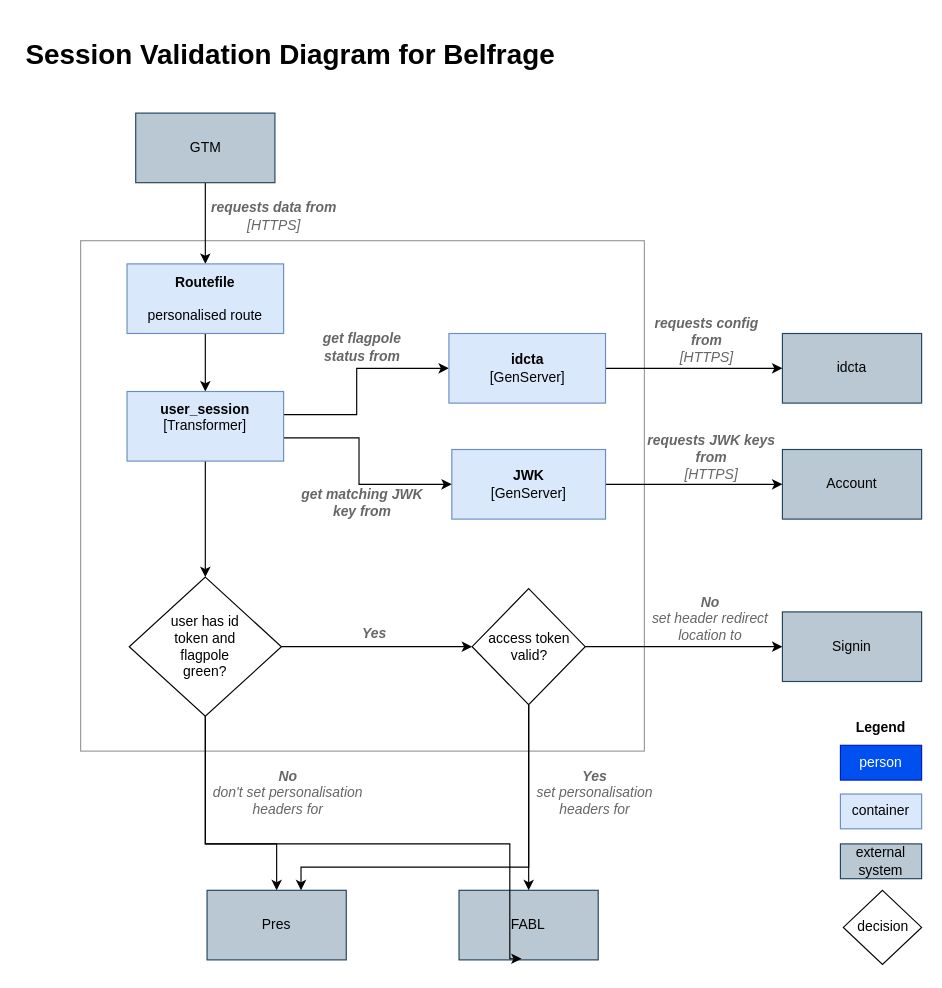
This is docs/source/session-validation.drawio from tracy-o/learning-day, a draw.io file, before an edit. Source tidied: cells renumbered, new cells numbered last; positions are measured from the earlier drawing's top-left corner, leaving out a move shared by most shapes. Both pictures are drawn from the tidied source at 116%, with x=0, y=0 at pixel (20, 31).
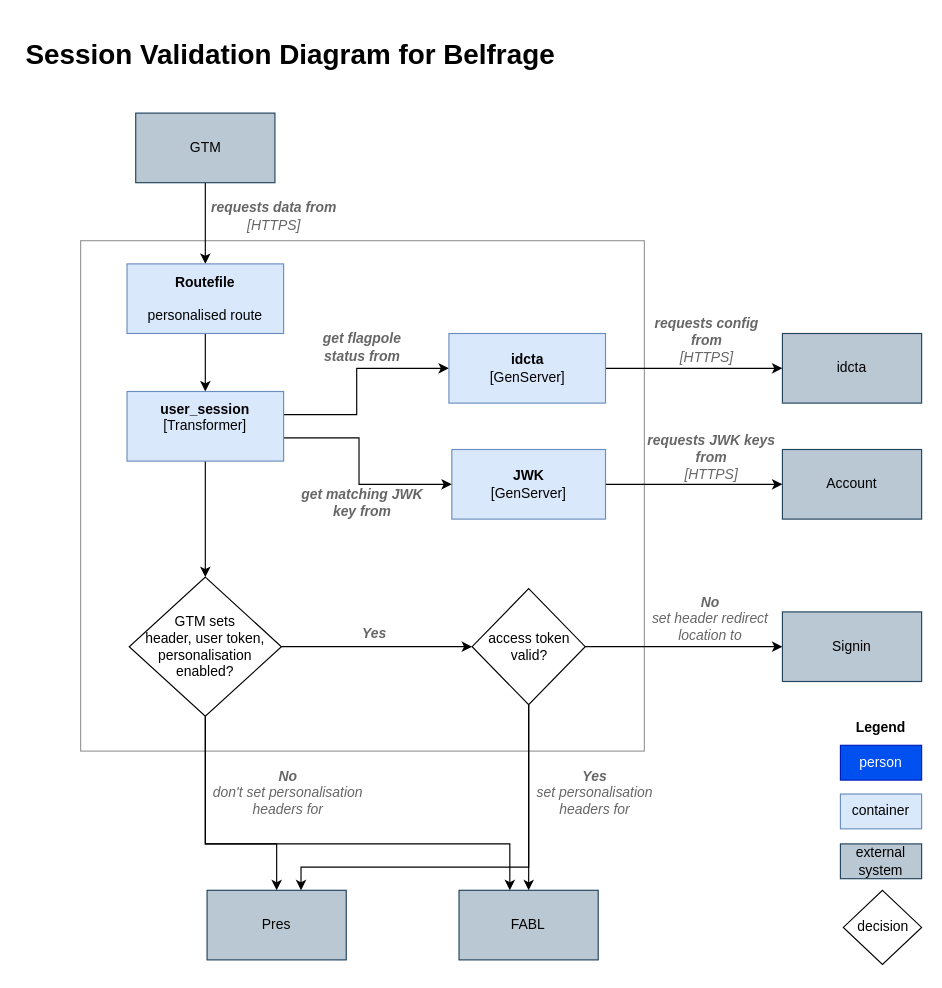
After the change.

Commit message (it also covers changes not shown here):
update personalisation / session validation architectural diagram

Unchanged cells that the change refers to:
```xml
<mxCell id="12" value="FABL" style="rounded=0;whiteSpace=wrap;html=1;fillColor=#bac8d3;strokeColor=#23445d;" parent="1" vertex="1">
  <mxGeometry x="378.2" y="740" width="120" height="60" as="geometry" />
</mxCell>
```

What changed in the source:
```diff
@@
-    <mxCell id="33" style="edgeStyle=orthogonalEdgeStyle;rounded=0;jettySize=auto;html=1;entryX=0.45;entryY=0.983;entryDx=0;entryDy=0;entryPerimeter=0;" parent="1" edge="1" source="34" target="12">
+    <mxCell id="33" style="edgeStyle=orthogonalEdgeStyle;rounded=0;jettySize=auto;html=1;" parent="1" edge="1" source="34" target="12">
       <mxGeometry relative="1" as="geometry">
         <Array as="points">
           <mxPoint x="160" y="700" />
           <mxPoint x="422" y="700" />
         </Array>
       </mxGeometry>
     </mxCell>
-    <mxCell id="34" value="user has id &lt;br&gt;token and&lt;br&gt;flagpole&lt;br&gt;green?" style="rhombus;whiteSpace=wrap;html=1;" parent="1" vertex="1">
+    <mxCell id="34" value="GTM sets&lt;br&gt;header, user token,&lt;br&gt;personalisation&lt;br&gt;enabled?" style="rhombus;whiteSpace=wrap;html=1;" parent="1" vertex="1">
       <mxGeometry x="93.9" y="470" width="131.2" height="120" as="geometry" />
     </mxCell>
```
